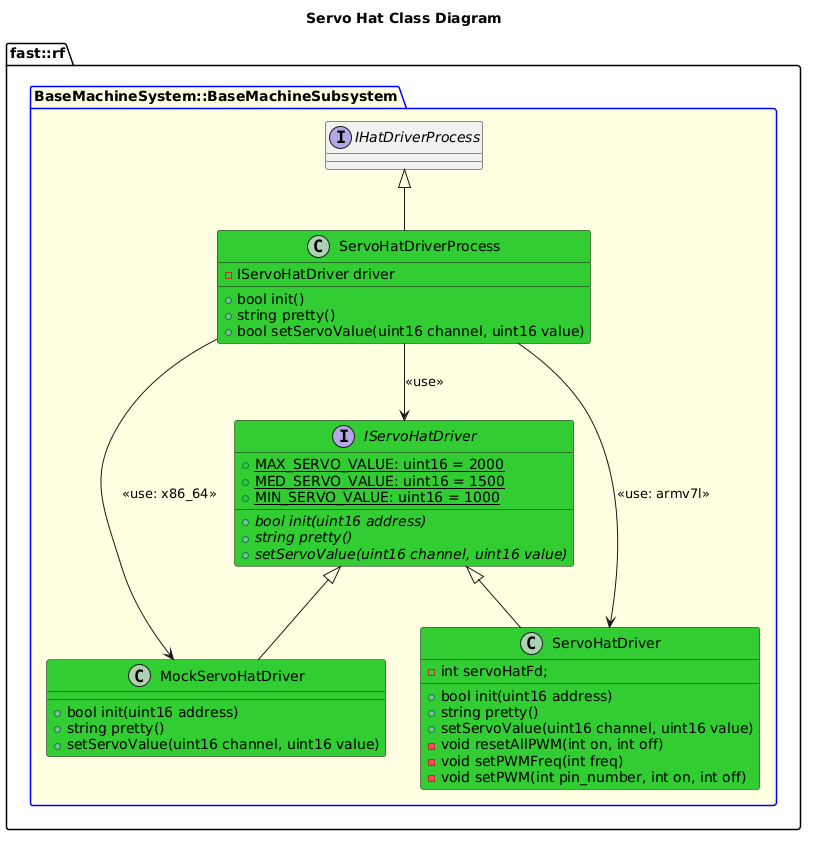
The PlantUML diagram Systems/BaseMachine/Subsystems/BaseMachine/Processes/HatDriver/doc/ProcessImplementations/puml/ServoHatClassDiagram.png in fastrobotics/robot_framework, before a commit.
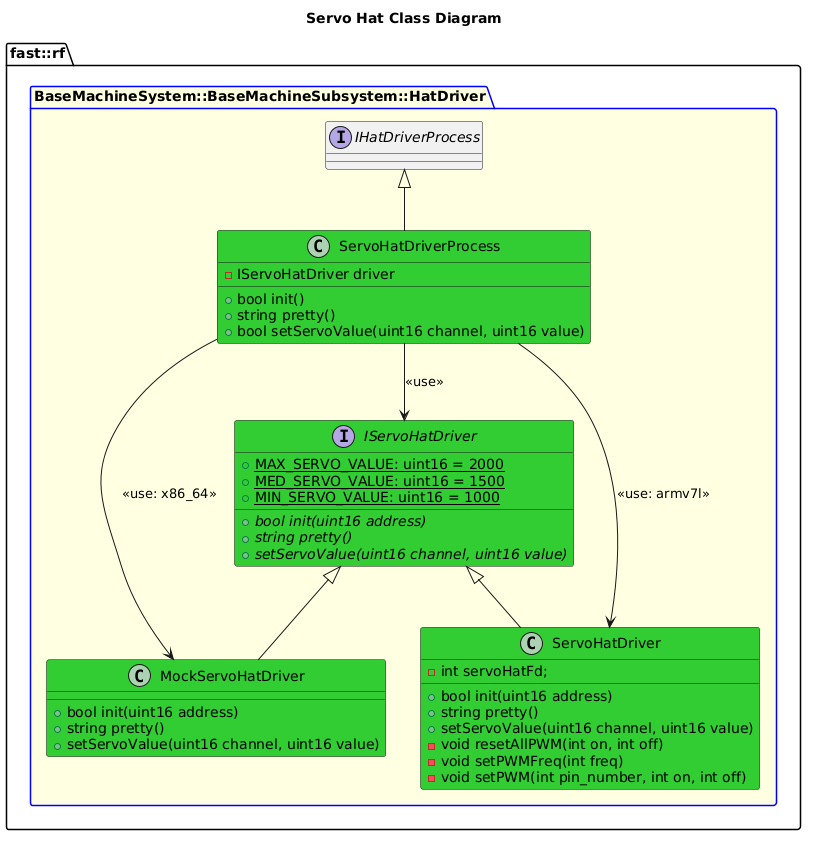
The same diagram one commit later.

What changed in the source:
```diff
@@ -1,7 +1,7 @@
 @startuml
 title Servo Hat Class Diagram
 namespace fast::rf {
-    package BaseMachineSystem::BaseMachineSubsystem  #LightYellow;line:blue {
+    package BaseMachineSystem::BaseMachineSubsystem::HatDriver  #LightYellow;line:blue {
         interface IHatDriverProcess
         interface IServoHatDriver #LimeGreen {
             +{static} MAX_SERVO_VALUE: uint16 = 2000
```
